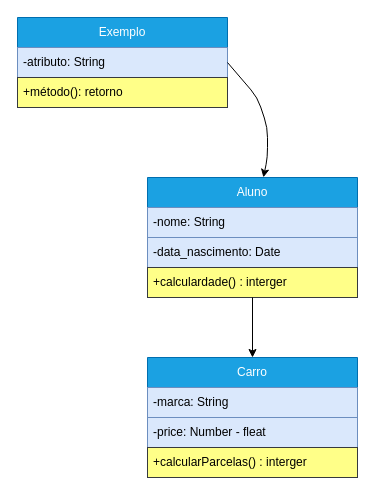
This is Diagrama-de-classes/teste.drawio from Rnchx/2tds2-projects, a draw.io file, before an edit. Source tidied: cells renumbered, new cells numbered last; positions are measured from the earlier drawing's top-left corner, leaving out a move shared by most shapes. Both pictures are drawn from the tidied source at 100%, with x=0, y=0 at pixel (17, 17).
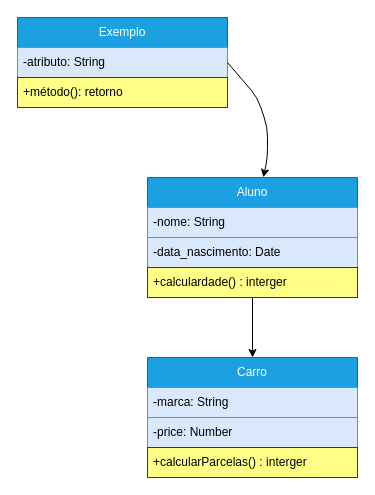
Above is the later version.

Commit message (it also covers changes not shown here):
feat: exercises class diagrames

Diff of the diagram source:
```diff
@@
 <mxGraphModel>
   <root>
     <mxCell id="0" />
     <mxCell id="1" parent="0" />
     <mxCell id="2" value="Aluno" style="swimlane;fontStyle=0;horizontal=1;startSize=30;whiteSpace=wrap;html=1;fillColor=#1ba1e2;strokeColor=#006EAF;fontColor=#ffffff;" parent="1" vertex="1">
       <mxGeometry x="130" y="160" width="210" height="120" as="geometry" />
     </mxCell>
     <mxCell id="3" value="-nome: String" style="text;align=left;verticalAlign=middle;spacingLeft=4;spacingRight=4;overflow=hidden;whiteSpace=wrap;html=1;fillColor=#dae8fc;strokeColor=#6c8ebf;" parent="2" vertex="1">
       <mxGeometry y="30" width="210" height="30" as="geometry" />
     </mxCell>
     <mxCell id="4" value="-data_nascimento: Date" style="text;align=left;verticalAlign=middle;spacingLeft=4;spacingRight=4;overflow=hidden;whiteSpace=wrap;html=1;fillColor=#dae8fc;strokeColor=#6c8ebf;" parent="2" vertex="1">
       <mxGeometry y="60" width="210" height="30" as="geometry" />
     </mxCell>
     <mxCell id="5" value="+calculardade() : interger" style="text;strokeColor=#36393d;fillColor=#ffff88;align=left;verticalAlign=middle;spacingLeft=4;spacingRight=4;overflow=hidden;whiteSpace=wrap;html=1;" parent="2" vertex="1">
       <mxGeometry y="90" width="210" height="30" as="geometry" />
     </mxCell>
     <mxCell id="6" value="Exemplo" style="swimlane;fontStyle=0;horizontal=1;startSize=30;whiteSpace=wrap;html=1;fillColor=#1ba1e2;strokeColor=#006EAF;fontColor=#ffffff;" parent="1" vertex="1">
       <mxGeometry width="210" height="90" as="geometry" />
     </mxCell>
     <mxCell id="7" value="-atributo: String" style="text;align=left;verticalAlign=middle;spacingLeft=4;spacingRight=4;overflow=hidden;whiteSpace=wrap;html=1;fillColor=#dae8fc;strokeColor=#6c8ebf;" parent="6" vertex="1">
       <mxGeometry y="30" width="210" height="30" as="geometry" />
     </mxCell>
     <mxCell id="8" value="+método(): retorno" style="text;strokeColor=#36393d;fillColor=#ffff88;align=left;verticalAlign=middle;spacingLeft=4;spacingRight=4;overflow=hidden;whiteSpace=wrap;html=1;" parent="6" vertex="1">
       <mxGeometry y="60" width="210" height="30" as="geometry" />
     </mxCell>
     <mxCell id="9" style="endArrow=classic;html=1;entryX=0.552;entryY=-0.001;entryDx=0;entryDy=0;entryPerimeter=0;exitX=1;exitY=0.5;exitDx=0;exitDy=0;" parent="1" edge="1" source="6" target="2">
       <mxGeometry relative="1" as="geometry">
         <Array as="points">
           <mxPoint x="240" y="80" />
           <mxPoint x="250" y="110" />
           <mxPoint x="250" y="140" />
         </Array>
       </mxGeometry>
     </mxCell>
     <mxCell id="10" style="endArrow=classic;html=1;exitX=0.5;exitY=1;exitDx=0;exitDy=0;entryX=0.5;entryY=0;entryDx=0;entryDy=0;" parent="1" edge="1" source="2" target="11">
       <mxGeometry relative="1" as="geometry" />
     </mxCell>
     <mxCell id="11" value="Carro" style="swimlane;fontStyle=0;horizontal=1;startSize=30;whiteSpace=wrap;html=1;fillColor=#1ba1e2;strokeColor=#006EAF;fontColor=#ffffff;" parent="1" vertex="1">
       <mxGeometry x="130" y="340" width="210" height="120" as="geometry" />
     </mxCell>
     <mxCell id="12" value="-marca: String" style="text;align=left;verticalAlign=middle;spacingLeft=4;spacingRight=4;overflow=hidden;whiteSpace=wrap;html=1;fillColor=#dae8fc;strokeColor=#6c8ebf;" parent="11" vertex="1">
       <mxGeometry y="30" width="210" height="30" as="geometry" />
     </mxCell>
-    <mxCell id="13" value="-price: Number - fleat" style="text;align=left;verticalAlign=middle;spacingLeft=4;spacingRight=4;overflow=hidden;whiteSpace=wrap;html=1;fillColor=#dae8fc;strokeColor=#6c8ebf;" parent="11" vertex="1">
+    <mxCell id="13" value="-price: Number&amp;nbsp;" style="text;align=left;verticalAlign=middle;spacingLeft=4;spacingRight=4;overflow=hidden;whiteSpace=wrap;html=1;fillColor=#dae8fc;strokeColor=#6c8ebf;" parent="11" vertex="1">
       <mxGeometry y="60" width="210" height="30" as="geometry" />
     </mxCell>
     <mxCell id="14" value="+calcularParcelas() : interger" style="text;strokeColor=#36393d;fillColor=#ffff88;align=left;verticalAlign=middle;spacingLeft=4;spacingRight=4;overflow=hidden;whiteSpace=wrap;html=1;" parent="11" vertex="1">
       <mxGeometry y="90" width="210" height="30" as="geometry" />
     </mxCell>
   </root>
 </mxGraphModel>
```
